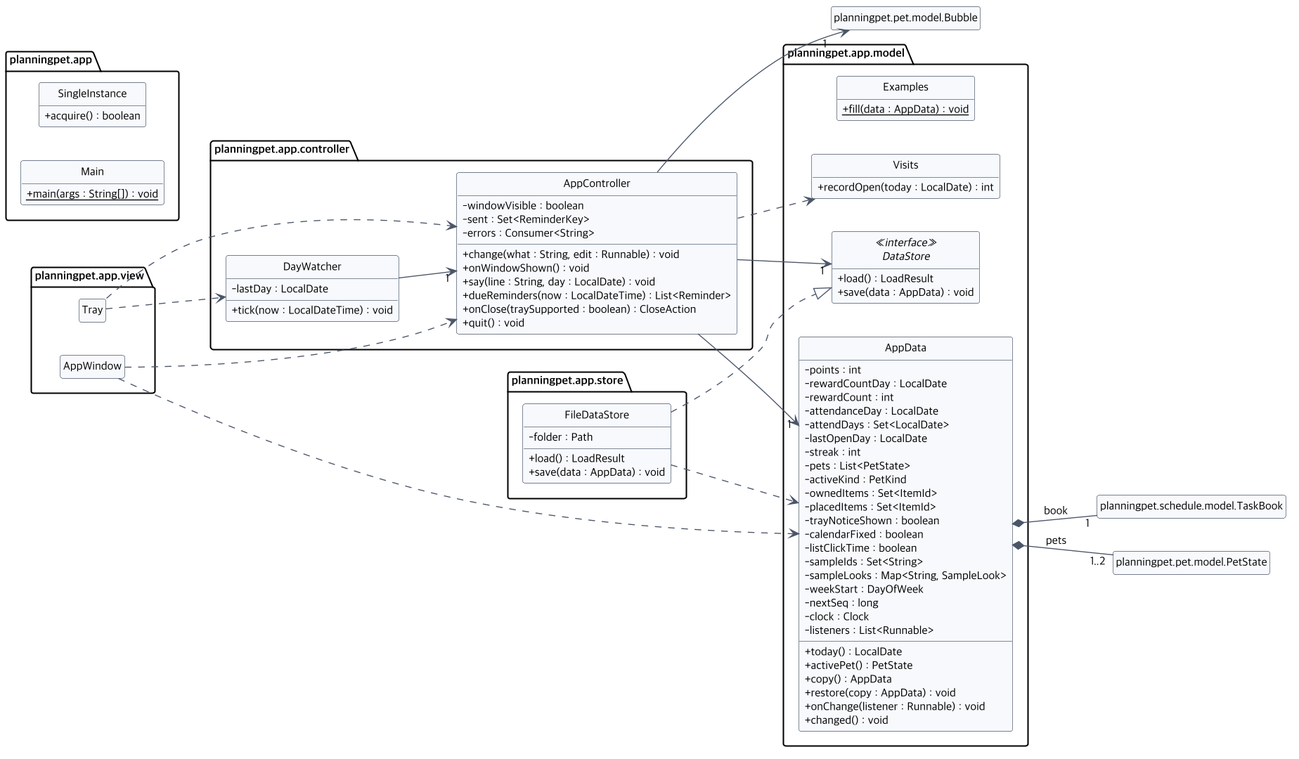
Before: docs/diagrams/class-app.png, a diagram exported from PlantUML (2026-2-software-system-design-11/planning-pet-app).
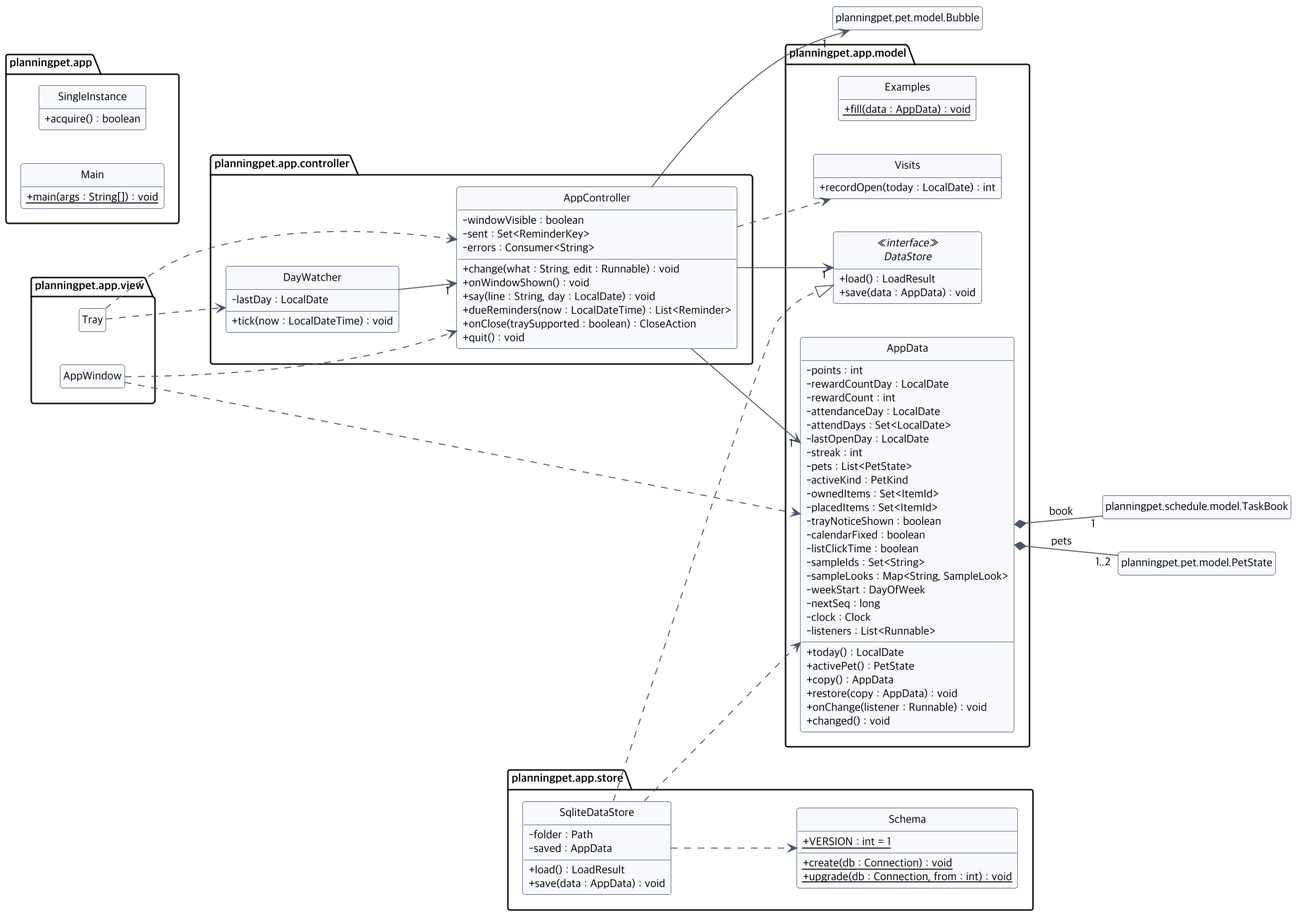
Later version of the same file.

The edit, as a diff of the source:
```diff
@@ -31,10 +31,16 @@
   }
 }
 package planningpet.app.store {
-  class FileDataStore {
+  class SqliteDataStore {
     - folder : Path
+    - saved : AppData
     + load() : LoadResult
     + save(data : AppData) : void
+  }
+  class Schema {
+    {static} + VERSION : int = 1
+    {static} + create(db : Connection) : void
+    {static} + upgrade(db : Connection, from : int) : void
   }
 }
 package planningpet.app.model {
@@ -86,8 +92,9 @@
 AppController --> "1" planningpet.pet.model.Bubble
 AppController ..> Visits
 DayWatcher --> "1" AppController
-FileDataStore ..|> DataStore
-FileDataStore ..> AppData
+SqliteDataStore ..|> DataStore
+SqliteDataStore ..> AppData
+SqliteDataStore ..> Schema
 AppData *-- "1" planningpet.schedule.model.TaskBook : book
 AppData *-- "1..2" planningpet.pet.model.PetState : pets
 @enduml
```
